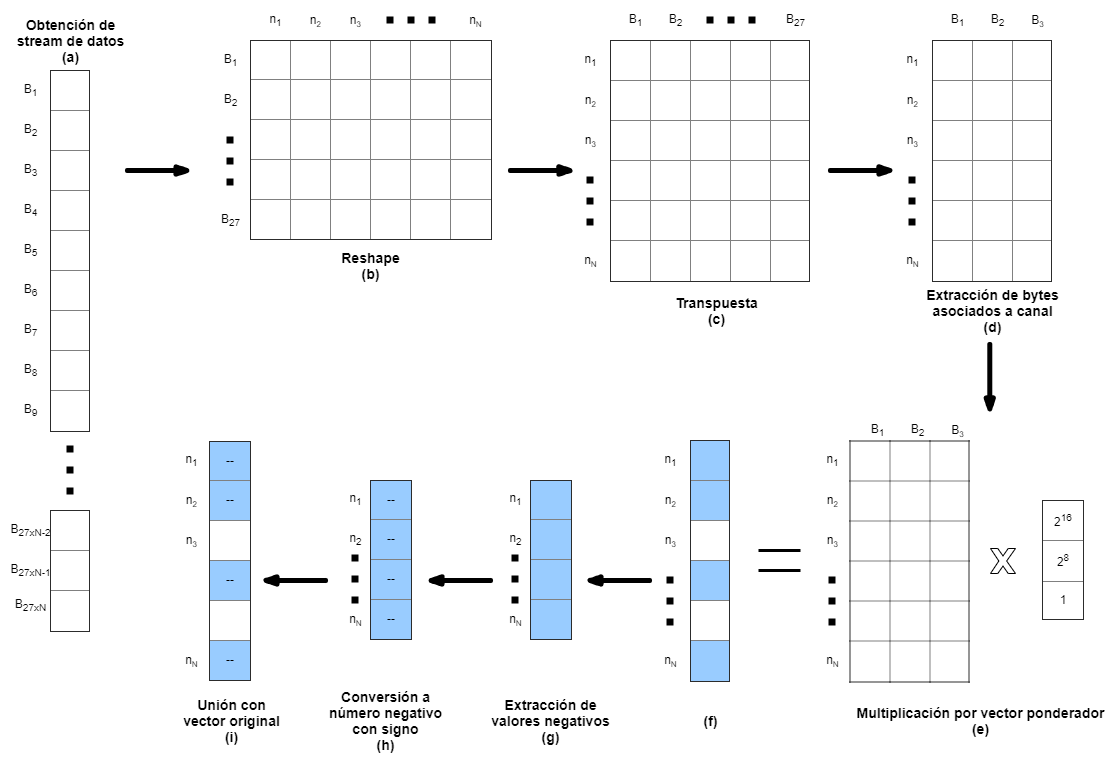
The draw.io diagram figures/DecoStream.png in EnriqueMC557/Reporte_LIB, before a commit. Source tidied: cells renumbered, new cells last; positions are measured from the earlier drawing's top-left corner, leaving out a move shared by most shapes.
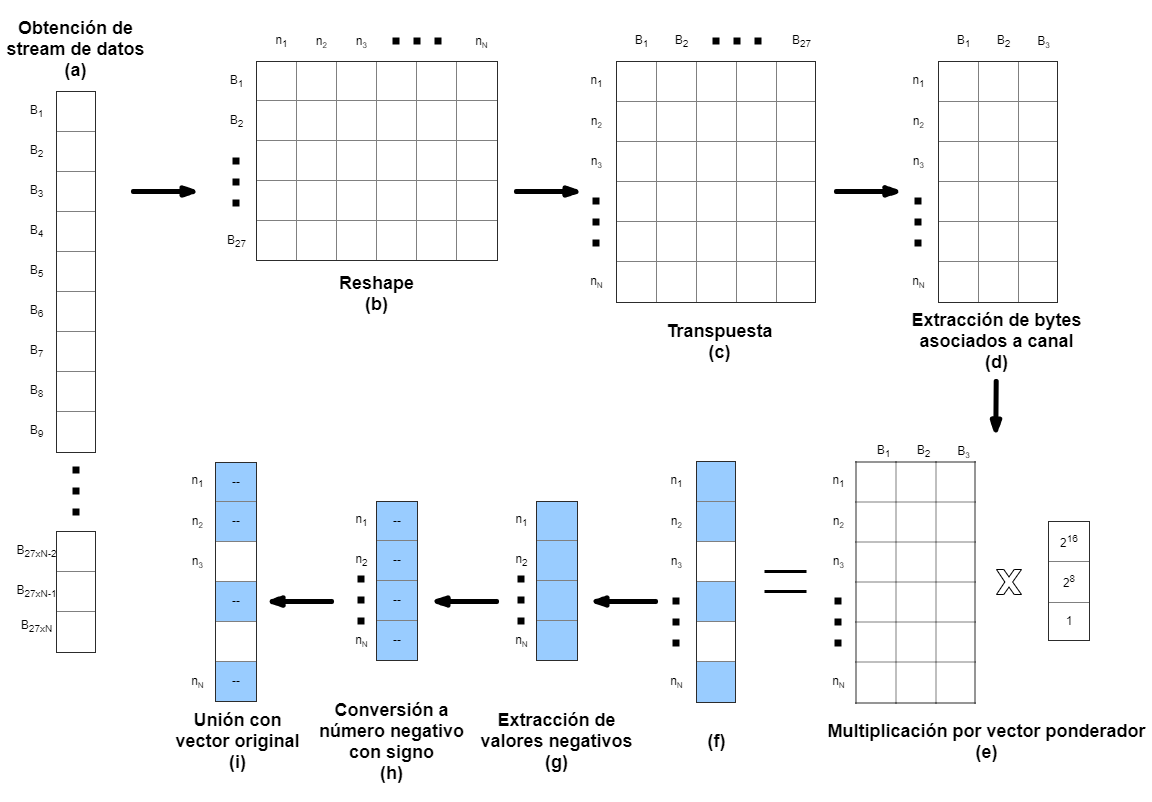
Later version of the same file.

Change to the diagram source:
```diff
@@ -3,7 +3,7 @@
     <mxCell id="0" />
     <mxCell id="1" parent="0" />
     <mxCell id="2" style="group;" parent="1" vertex="1">
-      <mxGeometry x="110" width="1110" height="765" as="geometry" />
+      <mxGeometry x="110" width="1145" height="770" as="geometry" />
     </mxCell>
     <mxCell id="3" style="group;" parent="2" vertex="1">
       <mxGeometry x="215" y="10" width="275" height="230" as="geometry" />
@@ -233,9 +233,8 @@
         <mxPoint x="895" y="170" as="targetPoint" />
       </mxGeometry>
     </mxCell>
-    <mxCell id="66" style="comic=1;strokeWidth=5;endArrow=blockThin;html=1;fontFamily=Comic Sans MS;fontStyle=1;curved=1;" parent="2" edge="1">
+    <mxCell id="66" style="comic=1;strokeWidth=5;endArrow=blockThin;html=1;fontFamily=Comic Sans MS;fontStyle=1;curved=1;" parent="2" edge="1" source="73">
       <mxGeometry relative="1" as="geometry">
-        <mxPoint x="989.3" y="344" as="sourcePoint" />
         <mxPoint x="989.3" y="414" as="targetPoint" />
       </mxGeometry>
     </mxCell>
@@ -257,29 +256,29 @@
         <mxPoint x="260" y="580" as="targetPoint" />
       </mxGeometry>
     </mxCell>
-    <mxCell id="70" value="&lt;h3&gt;Obtención de&lt;br&gt;stream de datos&lt;br&gt;(a)&lt;/h3&gt;" style="text;html=1;align=center;verticalAlign=middle;" parent="2" vertex="1">
-      <mxGeometry x="10" width="120" height="80" as="geometry" />
+    <mxCell id="70" value="&lt;h3 style=&quot;font-size: 18px&quot;&gt;Obtención de&lt;br&gt;stream de datos&lt;br&gt;(a)&lt;/h3&gt;" style="text;html=1;align=center;verticalAlign=middle;" parent="2" vertex="1">
+      <mxGeometry x="-6" y="-12" width="150" height="80" as="geometry" />
     </mxCell>
-    <mxCell id="71" value="&lt;h3&gt;Reshape&lt;br&gt;(b)&lt;/h3&gt;" style="text;html=1;align=center;verticalAlign=middle;" parent="2" vertex="1">
-      <mxGeometry x="335" y="235" width="70" height="60" as="geometry" />
+    <mxCell id="71" value="&lt;h3 style=&quot;font-size: 18px&quot;&gt;Reshape&lt;br&gt;(b)&lt;/h3&gt;" style="text;html=1;align=center;verticalAlign=middle;" parent="2" vertex="1">
+      <mxGeometry x="325" y="237" width="90" height="70" as="geometry" />
     </mxCell>
-    <mxCell id="72" value="&lt;h3&gt;Transpuesta&lt;br&gt;(c)&lt;/h3&gt;" style="text;html=1;align=center;verticalAlign=middle;" parent="2" vertex="1">
-      <mxGeometry x="666" y="280" width="100" height="60" as="geometry" />
+    <mxCell id="72" value="&lt;h3 style=&quot;font-size: 18px&quot;&gt;Transpuesta&lt;br&gt;(c)&lt;/h3&gt;" style="text;html=1;align=center;verticalAlign=middle;" parent="2" vertex="1">
+      <mxGeometry x="653" y="285" width="120" height="70" as="geometry" />
     </mxCell>
-    <mxCell id="73" value="&lt;h3&gt;Extracción de bytes&lt;br&gt;asociados a canal&lt;br&gt;(d)&lt;/h3&gt;" style="text;html=1;align=center;verticalAlign=middle;points=[];" parent="2" vertex="1">
-      <mxGeometry x="917" y="270" width="150" height="80" as="geometry" />
+    <mxCell id="73" value="&lt;h3 style=&quot;font-size: 18px&quot;&gt;Extracción de bytes&lt;br&gt;asociados a canal&lt;br&gt;(d)&lt;/h3&gt;" style="text;html=1;align=center;verticalAlign=middle;points=[];" parent="2" vertex="1">
+      <mxGeometry x="895" y="280" width="190" height="80" as="geometry" />
     </mxCell>
-    <mxCell id="74" value="&lt;h3&gt;Multiplicación por&amp;nbsp;vector ponderador&lt;br&gt;(e)&lt;/h3&gt;" style="text;html=1;align=center;verticalAlign=middle;" parent="2" vertex="1">
-      <mxGeometry x="850" y="690" width="260" height="60" as="geometry" />
+    <mxCell id="74" value="&lt;h3 style=&quot;font-size: 18px&quot;&gt;Multiplicación por&amp;nbsp;vector ponderador&lt;br&gt;(e)&lt;/h3&gt;" style="text;html=1;align=center;verticalAlign=middle;" parent="2" vertex="1">
+      <mxGeometry x="815" y="685" width="330" height="70" as="geometry" />
     </mxCell>
-    <mxCell id="75" value="&lt;h3&gt;Extracción de&lt;br&gt;valores&amp;nbsp;negativos&lt;br&gt;(g)&lt;/h3&gt;" style="text;html=1;align=center;verticalAlign=middle;" parent="2" vertex="1">
-      <mxGeometry x="485" y="680" width="130" height="80" as="geometry" />
+    <mxCell id="75" value="&lt;h3 style=&quot;font-size: 18px&quot;&gt;Extracción de&lt;br&gt;valores&amp;nbsp;negativos&lt;br&gt;(g)&lt;/h3&gt;" style="text;html=1;align=center;verticalAlign=middle;" parent="2" vertex="1">
+      <mxGeometry x="465" y="680" width="170" height="80" as="geometry" />
     </mxCell>
-    <mxCell id="76" value="&lt;h3&gt;Conversión a&lt;br&gt;número negativo&lt;br&gt;con signo&lt;br&gt;(h)&lt;/h3&gt;" style="text;html=1;align=center;verticalAlign=middle;" parent="2" vertex="1">
-      <mxGeometry x="320" y="675" width="130" height="90" as="geometry" />
+    <mxCell id="76" value="&lt;h3 style=&quot;font-size: 18px&quot;&gt;Conversión a&lt;br&gt;número negativo&lt;br&gt;con signo&lt;br&gt;(h)&lt;/h3&gt;" style="text;html=1;align=center;verticalAlign=middle;" parent="2" vertex="1">
+      <mxGeometry x="305" y="670" width="160" height="100" as="geometry" />
     </mxCell>
-    <mxCell id="77" value="&lt;h3&gt;Unión con&lt;br&gt;vector original&lt;br&gt;(i)&lt;/h3&gt;" style="text;html=1;align=center;verticalAlign=middle;" parent="2" vertex="1">
-      <mxGeometry x="176" y="680" width="110" height="80" as="geometry" />
+    <mxCell id="77" value="&lt;h3 style=&quot;font-size: 18px&quot;&gt;Unión con&lt;br&gt;vector original&lt;br&gt;(i)&lt;/h3&gt;" style="text;html=1;align=center;verticalAlign=middle;" parent="2" vertex="1">
+      <mxGeometry x="161" y="680" width="140" height="80" as="geometry" />
     </mxCell>
     <mxCell id="78" style="group;" parent="2" vertex="1">
       <mxGeometry x="655" y="440" width="75" height="240" as="geometry" />
@@ -350,7 +349,7 @@
     <mxCell id="98" style="verticalLabelPosition=bottom;verticalAlign=top;html=1;shape=mxgraph.basic.x;" parent="86" vertex="1">
       <mxGeometry x="232" y="128" width="25" height="25" as="geometry" />
     </mxCell>
-    <mxCell id="99" value="&lt;h3&gt;(f)&lt;/h3&gt;" style="text;html=1;align=center;verticalAlign=middle;" parent="2" vertex="1">
+    <mxCell id="99" value="&lt;h3&gt;&lt;font style=&quot;font-size: 18px&quot;&gt;(f)&lt;/font&gt;&lt;/h3&gt;" style="text;html=1;align=center;verticalAlign=middle;" parent="2" vertex="1">
       <mxGeometry x="695" y="695" width="30" height="50" as="geometry" />
     </mxCell>
     <mxCell id="100" value="n&lt;sub&gt;1&lt;/sub&gt;" style="text;html=1;align=center;verticalAlign=middle;" parent="2" vertex="1">
```
